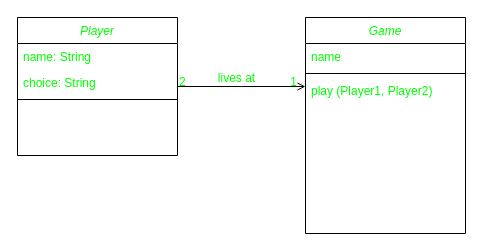
Above: UMLDiagram.drawio in Michalju/week3_day5_homework (draw.io), before the change. Source tidied: cells renumbered, new cells numbered last; positions are measured from the earlier drawing's top-left corner, leaving out a move shared by most shapes. Both pictures are drawn from the tidied source at 100%, with x=0, y=0 at pixel (17, 17).
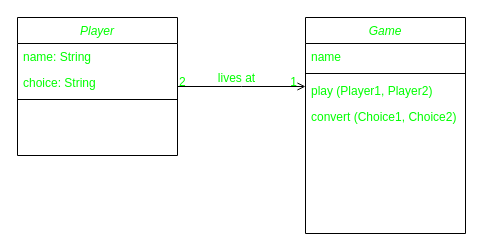
The same diagram, later.

Diff of the diagram source:
```diff
@@
 <mxGraphModel>
   <root>
     <mxCell id="0" />
     <mxCell id="1" parent="0" />
     <mxCell id="2" value="Player" style="swimlane;fontStyle=2;align=center;verticalAlign=top;horizontal=1;startSize=26;rounded=0;shadow=0;strokeWidth=1;fontColor=#00FF00;" parent="1" vertex="1">
       <mxGeometry width="160" height="138" as="geometry" />
     </mxCell>
     <mxCell id="3" value="name: String" style="text;align=left;verticalAlign=top;spacingLeft=4;spacingRight=4;overflow=hidden;fontColor=#00FF00;" parent="2" vertex="1">
       <mxGeometry y="26" width="160" height="26" as="geometry" />
     </mxCell>
     <mxCell id="4" value="choice: String" style="text;align=left;verticalAlign=top;spacingLeft=4;spacingRight=4;overflow=hidden;rounded=0;shadow=0;html=0;fontColor=#00FF00;" parent="2" vertex="1">
       <mxGeometry y="52" width="160" height="26" as="geometry" />
     </mxCell>
     <mxCell id="5" style="line;html=1;strokeWidth=1;align=left;verticalAlign=middle;spacingTop=-1;spacingLeft=3;spacingRight=3;labelPosition=right;fontColor=#00FF00;" parent="2" vertex="1">
       <mxGeometry y="78" width="160" height="8" as="geometry" />
     </mxCell>
     <mxCell id="6" value="Game" style="swimlane;fontStyle=2;align=center;verticalAlign=top;horizontal=1;startSize=26;rounded=0;shadow=0;strokeWidth=1;fontColor=#00FF00;" parent="1" vertex="1">
       <mxGeometry x="288" width="160" height="216" as="geometry" />
     </mxCell>
     <mxCell id="7" value="name" style="text;align=left;verticalAlign=top;spacingLeft=4;spacingRight=4;overflow=hidden;fontColor=#00FF00;" parent="6" vertex="1">
       <mxGeometry y="26" width="160" height="26" as="geometry" />
     </mxCell>
     <mxCell id="8" style="line;html=1;strokeWidth=1;align=left;verticalAlign=middle;spacingTop=-1;spacingLeft=3;spacingRight=3;labelPosition=right;fontColor=#00FF00;" parent="6" vertex="1">
       <mxGeometry y="52" width="160" height="8" as="geometry" />
     </mxCell>
     <mxCell id="9" value="play (Player1, Player2)" style="text;align=left;verticalAlign=top;spacingLeft=4;spacingRight=4;overflow=hidden;fontColor=#00FF00;" parent="6" vertex="1">
       <mxGeometry y="60" width="160" height="26" as="geometry" />
     </mxCell>
+    <mxCell id="14" value="convert (Choice1, Choice2)" style="text;align=left;verticalAlign=top;spacingLeft=4;spacingRight=4;overflow=hidden;fontColor=#00FF00;" parent="6" vertex="1">
+      <mxGeometry y="86" width="160" height="26" as="geometry" />
+    </mxCell>
     <mxCell id="10" style="endArrow=open;shadow=0;strokeWidth=1;rounded=0;endFill=1;edgeStyle=elbowEdgeStyle;elbow=vertical;fontColor=#00FF00;" parent="1" edge="1" source="2" target="6">
       <mxGeometry x="0.5" y="41" relative="1" as="geometry">
         <mxPoint x="-40" y="32" as="offset" />
       </mxGeometry>
     </mxCell>
     <mxCell id="11" value="2" style="align=left;verticalAlign=bottom;labelBackgroundColor=none;fontSize=12;fontColor=#00FF00;" parent="10" vertex="1">
       <mxGeometry x="-1" relative="1" as="geometry">
         <mxPoint y="4" as="offset" />
       </mxGeometry>
     </mxCell>
     <mxCell id="12" value="1" style="align=right;verticalAlign=bottom;labelBackgroundColor=none;fontSize=12;fontColor=#00FF00;" parent="10" vertex="1">
       <mxGeometry x="1" relative="1" as="geometry">
         <mxPoint x="-7" y="4" as="offset" />
       </mxGeometry>
     </mxCell>
     <mxCell id="13" value="lives at" style="text;html=1;align=center;verticalAlign=middle;labelBackgroundColor=none;rounded=0;shadow=0;strokeWidth=1;fontSize=12;fontColor=#00FF00;" parent="10" vertex="1">
       <mxGeometry x="0.5" y="49" relative="1" as="geometry">
         <mxPoint x="-38" y="40" as="offset" />
       </mxGeometry>
     </mxCell>
   </root>
 </mxGraphModel>
```
